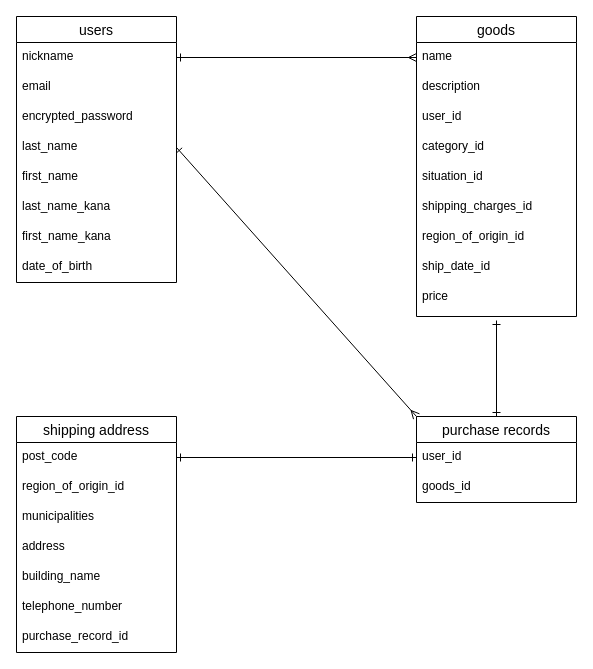
The draw.io diagram ER.dio in maaatsu/furima-39302, before the edit. Source tidied: cells renumbered, new cells numbered last; positions are measured from the earlier drawing's top-left corner, leaving out a move shared by most shapes. Both pictures are drawn from the tidied source at 100%, with x=0, y=0 at pixel (16, 16).
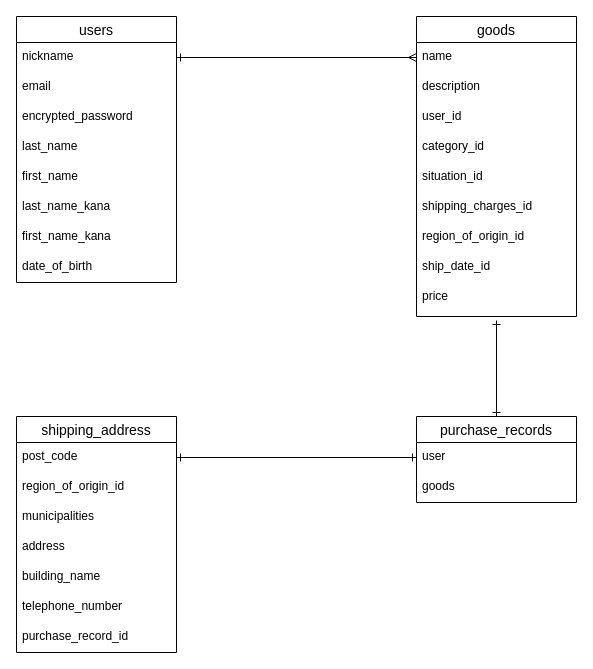
The same page after the edit.

Unchanged cells that the change refers to:
```xml
<mxCell id="6" value="last_name" style="text;strokeColor=none;fillColor=none;spacingLeft=4;spacingRight=4;overflow=hidden;points=[[0,0.5],[1,0.5]];portConstraint=eastwest;fontSize=12;" parent="2" vertex="1">
  <mxGeometry y="116" width="160" height="30" as="geometry" />
</mxCell>
```

The edit, as a diff of the source:
```diff
@@
-    <mxCell id="21" value="shipping address" style="swimlane;fontStyle=0;horizontal=1;startSize=26;align=center;fontSize=14;" parent="1" vertex="1">
+    <mxCell id="21" value="shipping_address" style="swimlane;fontStyle=0;horizontal=1;startSize=26;align=center;fontSize=14;" parent="1" vertex="1">
       <mxGeometry y="400" width="160" height="236" as="geometry" />
     </mxCell>
@@
-    <mxCell id="30" value="purchase records" style="swimlane;fontStyle=0;horizontal=1;startSize=26;align=center;fontSize=14;" parent="1" vertex="1">
+    <mxCell id="30" value="purchase_records" style="swimlane;fontStyle=0;horizontal=1;startSize=26;align=center;fontSize=14;" parent="1" vertex="1">
       <mxGeometry x="400" y="400" width="160" height="86" as="geometry" />
     </mxCell>
-    <mxCell id="31" value="user_id" style="text;strokeColor=none;fillColor=none;spacingLeft=4;spacingRight=4;overflow=hidden;points=[[0,0.5],[1,0.5]];portConstraint=eastwest;fontSize=12;" parent="30" vertex="1">
+    <mxCell id="31" value="user" style="text;strokeColor=none;fillColor=none;spacingLeft=4;spacingRight=4;overflow=hidden;points=[[0,0.5],[1,0.5]];portConstraint=eastwest;fontSize=12;" parent="30" vertex="1">
       <mxGeometry y="26" width="160" height="30" as="geometry" />
     </mxCell>
-    <mxCell id="32" value="goods_id" style="text;strokeColor=none;fillColor=none;spacingLeft=4;spacingRight=4;overflow=hidden;fontSize=12;" parent="30" vertex="1">
+    <mxCell id="32" value="goods" style="text;strokeColor=none;fillColor=none;spacingLeft=4;spacingRight=4;overflow=hidden;fontSize=12;" parent="30" vertex="1">
       <mxGeometry y="56" width="160" height="30" as="geometry" />
     </mxCell>
@@
-    <mxCell id="34" style="edgeStyle=none;html=1;exitX=1;exitY=0.5;exitDx=0;exitDy=0;entryX=0;entryY=0;entryDx=0;entryDy=0;startArrow=ERone;startFill=0;endArrow=ERmany;endFill=0;" parent="1" edge="1" source="6" target="30">
-      <mxGeometry relative="1" as="geometry" />
-    </mxCell>
```
